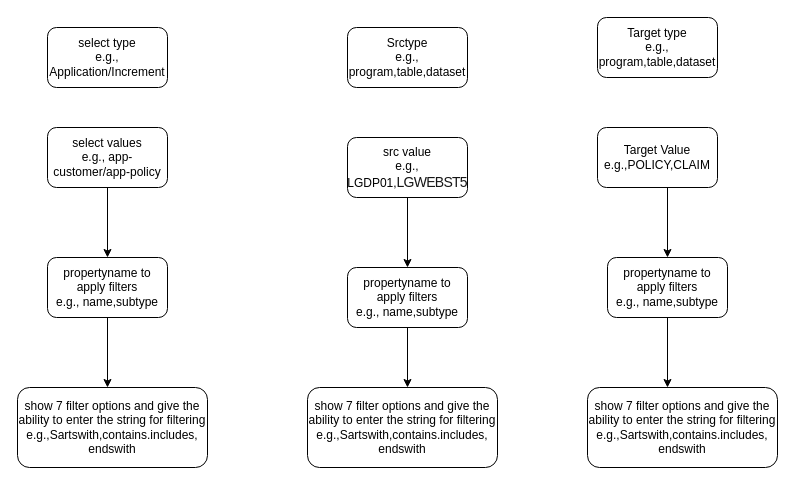
Above: Untitled Diagram.drawio in LavanyaReddygari/reddygari-_gprec_5d6 (draw.io), before the change. Source tidied: cells renumbered, new cells numbered last; positions are measured from the earlier drawing's top-left corner, leaving out a move shared by most shapes. Both pictures are drawn from the tidied source at 100%, with x=0, y=0 at pixel (17, 17).
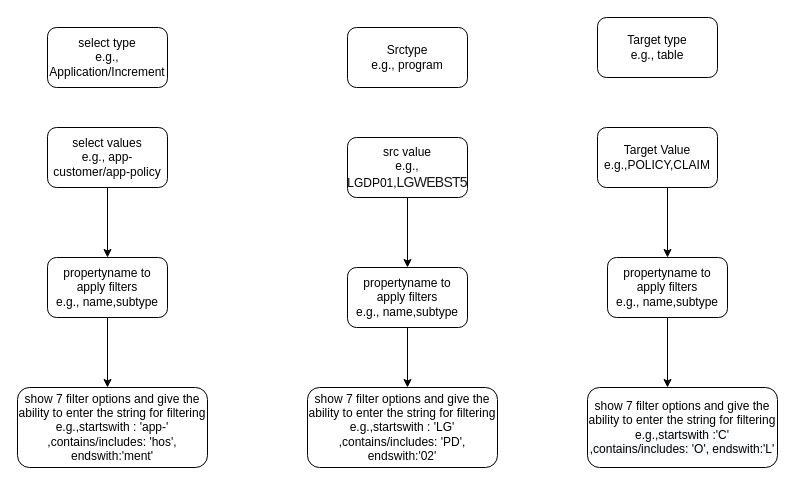
Above is the later version.

Change to the diagram source:
```diff
@@
-    <mxCell id="5" value="show 7 filter options and give the ability to enter the string for filtering&lt;br&gt;e.g.,Sartswith,contains.includes, endswith" style="rounded=1;whiteSpace=wrap;html=1;fontColor=default;strokeColor=default;fillColor=default;" parent="1" vertex="1">
+    <mxCell id="5" value="show 7 filter options and give the ability to enter the string for filtering&lt;br&gt;e.g.,startswith : 'app-'&lt;br&gt;,contains/includes: 'hos', endswith:'ment'" style="rounded=1;whiteSpace=wrap;html=1;fontColor=default;strokeColor=default;fillColor=default;" parent="1" vertex="1">
       <mxGeometry y="370" width="190" height="80" as="geometry" />
     </mxCell>
@@
-    <mxCell id="10" value="show 7 filter options and give the ability to enter the string for filtering&lt;br&gt;e.g.,Sartswith,contains.includes, endswith" style="rounded=1;whiteSpace=wrap;html=1;fontColor=default;strokeColor=default;fillColor=default;" parent="1" vertex="1">
+    <mxCell id="10" value="show 7 filter options and give the ability to enter the string for filtering&lt;br&gt;e.g.,startswith : 'LG'&lt;br&gt;,contains/includes: 'PD', endswith:'02'" style="rounded=1;whiteSpace=wrap;html=1;fontColor=default;strokeColor=default;fillColor=default;" parent="1" vertex="1">
       <mxGeometry x="290" y="370" width="190" height="80" as="geometry" />
     </mxCell>
@@
-    <mxCell id="13" value="show 7 filter options and give the ability to enter the string for filtering&lt;br&gt;e.g.,Sartswith,contains.includes, endswith" style="rounded=1;whiteSpace=wrap;html=1;fontColor=default;strokeColor=default;fillColor=default;labelBackgroundColor=default;" parent="1" vertex="1">
+    <mxCell id="13" value="show 7 filter options and give the ability to enter the string for filtering&lt;br&gt;&lt;span style=&quot;background-color: rgb(248 , 249 , 250)&quot;&gt;e.g.,startswith :'C'&lt;/span&gt;&lt;br style=&quot;background-color: rgb(248 , 249 , 250)&quot;&gt;&lt;span style=&quot;background-color: rgb(248 , 249 , 250)&quot;&gt;,contains/includes: 'O', endswith:'L'&lt;/span&gt;" style="rounded=1;whiteSpace=wrap;html=1;fontColor=default;strokeColor=default;fillColor=default;labelBackgroundColor=default;" parent="1" vertex="1">
       <mxGeometry x="570" y="370" width="190" height="80" as="geometry" />
     </mxCell>
@@
-    <mxCell id="16" value="Srctype&lt;br&gt;e.g., program,table,dataset" style="rounded=1;whiteSpace=wrap;html=1;fillColor=default;strokeColor=default;fontColor=default;" parent="1" vertex="1">
+    <mxCell id="16" value="Srctype&lt;br&gt;e.g., program" style="rounded=1;whiteSpace=wrap;html=1;fillColor=default;strokeColor=default;fontColor=default;" parent="1" vertex="1">
       <mxGeometry x="330" y="10" width="120" height="60" as="geometry" />
     </mxCell>
-    <mxCell id="17" value="&lt;span style=&quot;background-color: rgb(255 , 255 , 255)&quot;&gt;Target type&lt;/span&gt;&lt;br&gt;&lt;span style=&quot;background-color: rgb(255 , 255 , 255)&quot;&gt;e.g., program,table,dataset&lt;/span&gt;" style="rounded=1;whiteSpace=wrap;html=1;fillColor=default;strokeColor=default;fontColor=default;" parent="1" vertex="1">
+    <mxCell id="17" value="&lt;span style=&quot;background-color: rgb(255 , 255 , 255)&quot;&gt;Target type&lt;/span&gt;&lt;br&gt;&lt;span style=&quot;background-color: rgb(255 , 255 , 255)&quot;&gt;e.g., table&lt;/span&gt;" style="rounded=1;whiteSpace=wrap;html=1;fillColor=default;strokeColor=default;fontColor=default;" parent="1" vertex="1">
       <mxGeometry x="580" width="120" height="60" as="geometry" />
     </mxCell>
```
